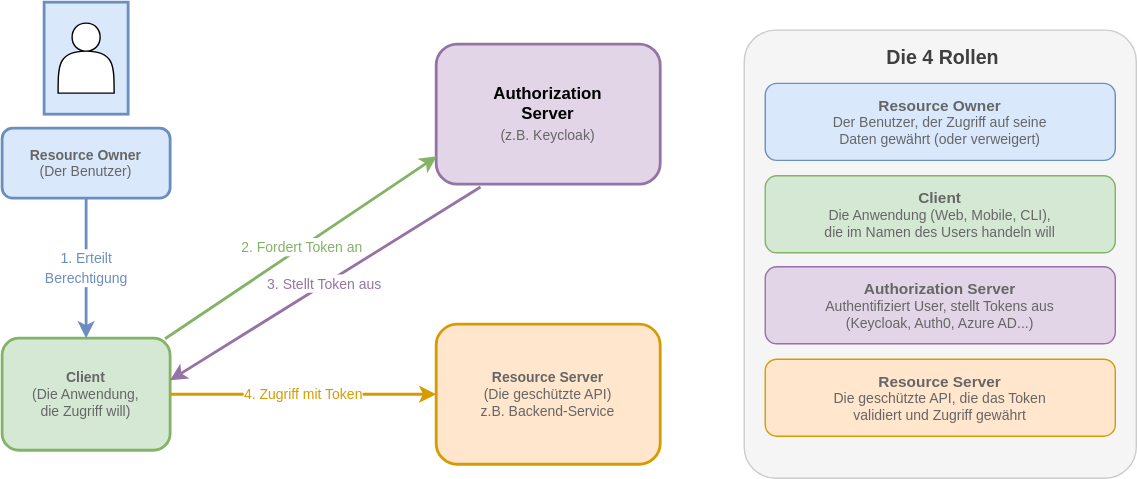
it-erben/training-keycloak keeps this draw.io diagram as slides/02-protokoll-standards/images/oauth_roles.drawio.svg. Above is the earlier version. Source tidied: cells renumbered, new cells last; positions are measured from the earlier drawing's top-left corner, leaving out a move shared by most shapes.
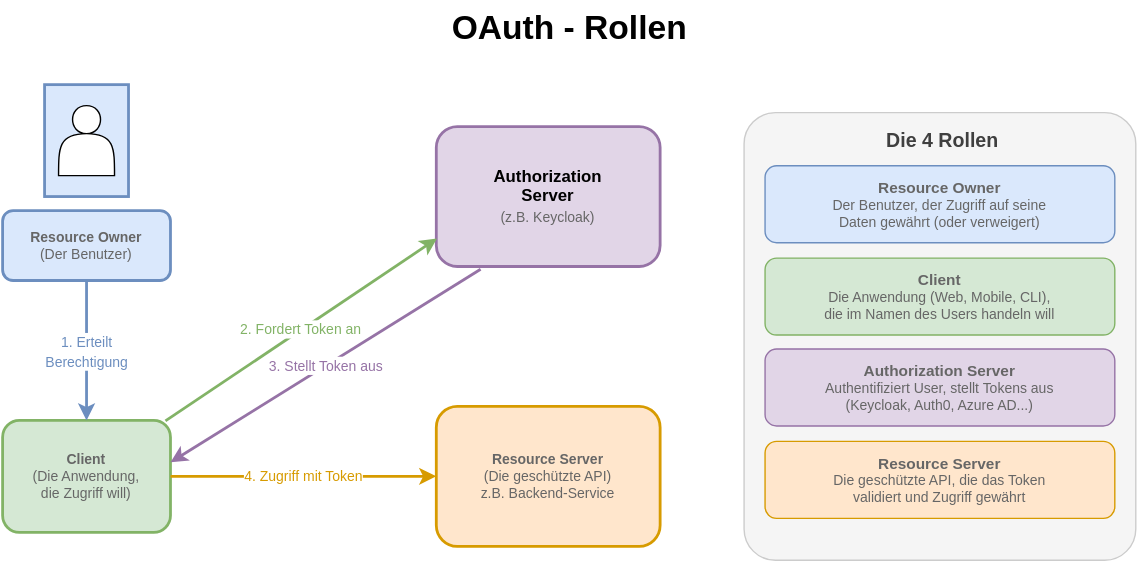
Above is the later version.

What changed in the source:
```diff
@@ -50,5 +50,8 @@
     <mxCell id="17" value="&lt;font style=&quot;forced-color-adjust: none; color: rgb(63, 63, 63); scrollbar-color: rgb(226, 226, 226) rgb(251, 251, 251); font-family: Helvetica; font-style: normal; font-variant-ligatures: normal; font-variant-caps: normal; font-weight: 400; letter-spacing: normal; orphans: 2; text-align: center; text-indent: 0px; text-transform: none; widows: 2; word-spacing: 0px; -webkit-text-stroke-width: 0px; white-space: normal; text-decoration-thickness: initial; text-decoration-style: initial; text-decoration-color: initial; font-size: 14px;&quot;&gt;&lt;b style=&quot;forced-color-adjust: none; color: rgb(63, 63, 63); scrollbar-color: rgb(226, 226, 226) rgb(251, 251, 251);&quot;&gt;Die 4 Rollen&lt;/b&gt;&lt;/font&gt;" style="text;whiteSpace=wrap;html=1;" parent="1" vertex="1">
       <mxGeometry x="630" y="25" width="110" height="30" as="geometry" />
     </mxCell>
+    <mxCell id="18" value="OAuth - Rollen" style="text;strokeColor=none;fillColor=none;html=1;fontSize=24;fontStyle=1;verticalAlign=middle;align=center;" parent="1" vertex="1">
+      <mxGeometry x="355" y="-60" width="100" height="40" as="geometry" />
+    </mxCell>
   </root>
 </mxGraphModel>
```
